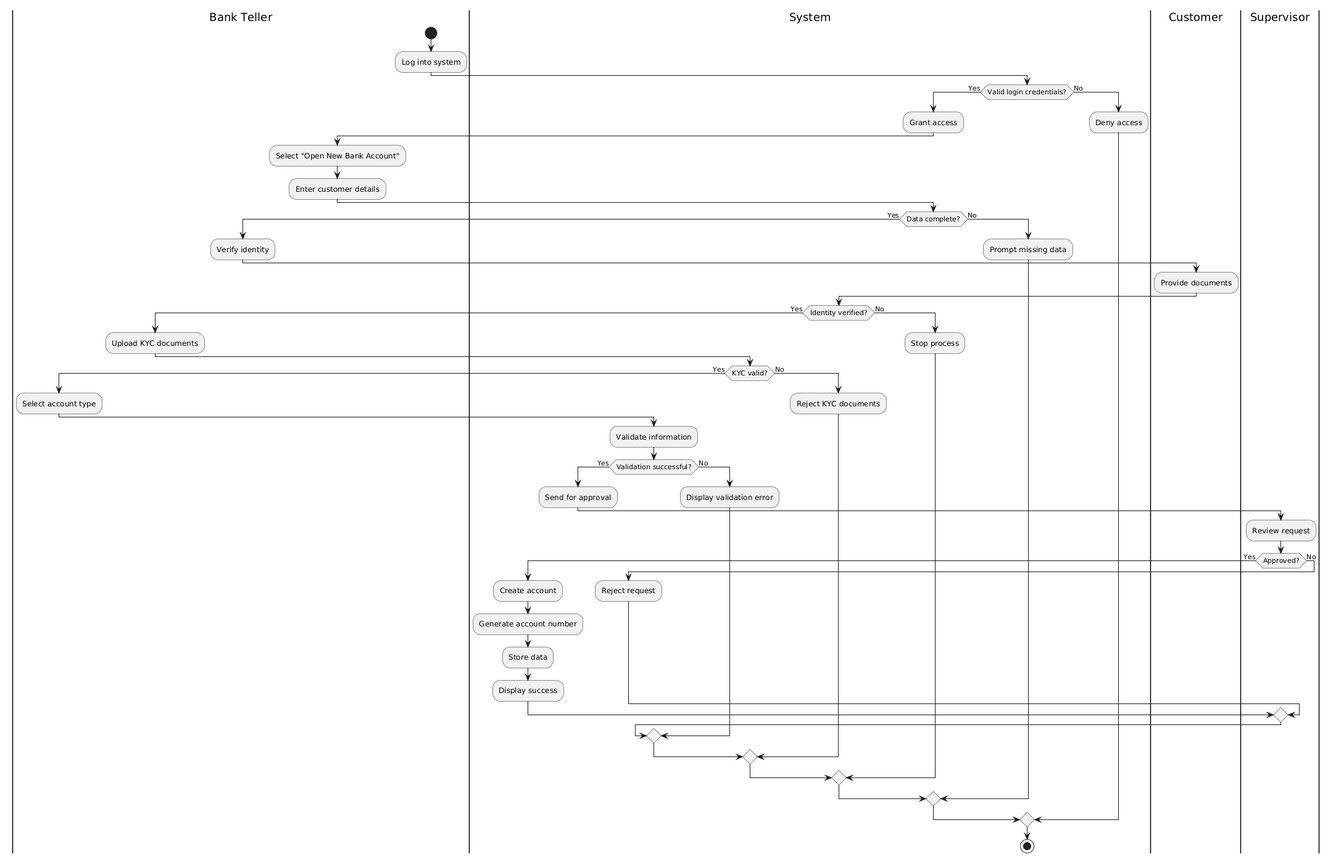
The PlantUML diagram Diagrams/Activity Diagrams/AC_AM1.png in erindkotobelli12/BankManagementSystem, before a commit. Source of this version:
```plantuml
@startuml
|Bank Teller|
start
:Log into system;

|System|
if (Valid login credentials?) then (Yes)
  :Grant access;

  |Bank Teller|
  :Select "Open New Bank Account";
  :Enter customer details;

  |System|
  if (Data complete?) then (Yes)

    |Bank Teller|
    :Verify identity;

    |Customer|
    :Provide documents;

    |System|
    if (Identity verified?) then (Yes)

      |Bank Teller|
      :Upload KYC documents;

      |System|
      if (KYC valid?) then (Yes)

        |Bank Teller|
        :Select account type;

        |System|
        :Validate information;

        if (Validation successful?) then (Yes)
          :Send for approval;

          |Supervisor|
          :Review request;

          if (Approved?) then (Yes)

            |System|
            :Create account;
            :Generate account number;
            :Store data;
            :Display success;

          else (No)
            :Reject request;
          endif

        else (No)
          :Display validation error;
        endif

      else (No)
        :Reject KYC documents;
      endif

    else (No)
      :Stop process;
    endif

  else (No)
    :Prompt missing data;
  endif

else (No)
  :Deny access;
endif

stop
@enduml
```
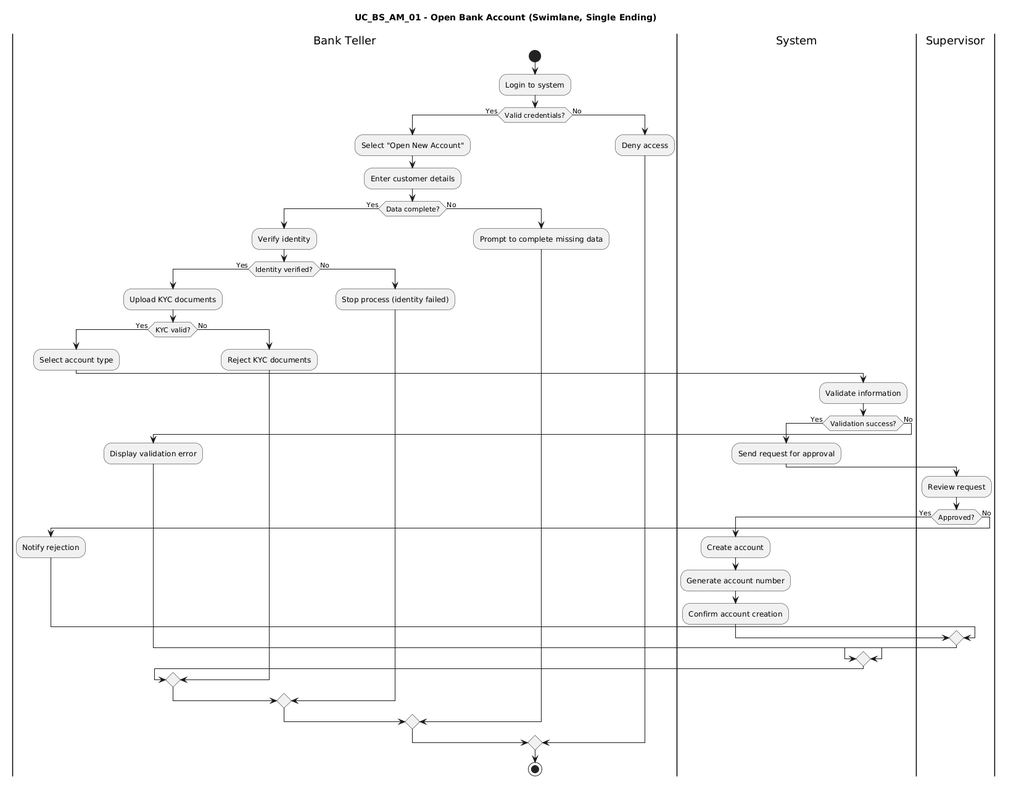
Later version of the same file.

Change to the diagram source:
```diff
@@ -1,59 +1,44 @@
 @startuml
+title UC_BS_AM_01 - Open Bank Account (Swimlane, Single Ending)
+
 |Bank Teller|
 start
-:Log into system;
+:Login to system;
 
-|System|
-if (Valid login credentials?) then (Yes)
-  :Grant access;
-
-  |Bank Teller|
-  :Select "Open New Bank Account";
+if (Valid credentials?) then (Yes)
+  :Select "Open New Account";
   :Enter customer details;
 
-  |System|
   if (Data complete?) then (Yes)
-
-    |Bank Teller|
     :Verify identity;
 
-    |Customer|
-    :Provide documents;
-
-    |System|
     if (Identity verified?) then (Yes)
-
-      |Bank Teller|
       :Upload KYC documents;
 
-      |System|
       if (KYC valid?) then (Yes)
-
-        |Bank Teller|
         :Select account type;
 
         |System|
         :Validate information;
 
-        if (Validation successful?) then (Yes)
-          :Send for approval;
+        if (Validation success?) then (Yes)
+          :Send request for approval;
 
           |Supervisor|
           :Review request;
 
           if (Approved?) then (Yes)
-
             |System|
             :Create account;
             :Generate account number;
-            :Store data;
-            :Display success;
-
+            :Confirm account creation;
           else (No)
-            :Reject request;
+            |Bank Teller|
+            :Notify rejection;
           endif
 
         else (No)
+          |Bank Teller|
           :Display validation error;
         endif
 
@@ -62,11 +47,11 @@
       endif
 
     else (No)
-      :Stop process;
+      :Stop process (identity failed);
     endif
 
   else (No)
-    :Prompt missing data;
+    :Prompt to complete missing data;
   endif
 
 else (No)
```
